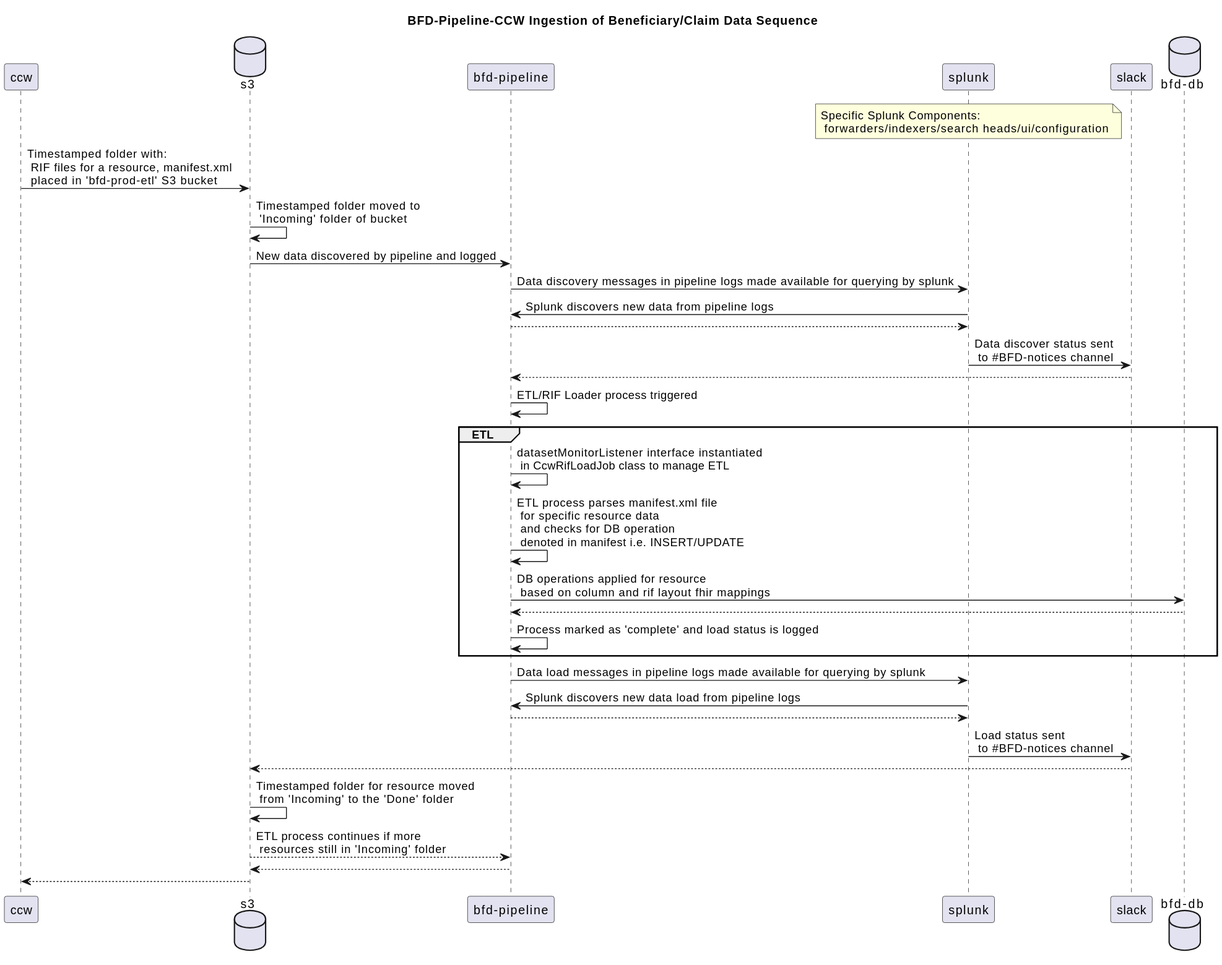
Before: docs/assets/fhir-resource-ingestion-digestion-diagrams/bfd-pipeline-ccw-ingestion.svg, a diagram exported from PlantUML (CMSgov/beneficiary-fhir-data).
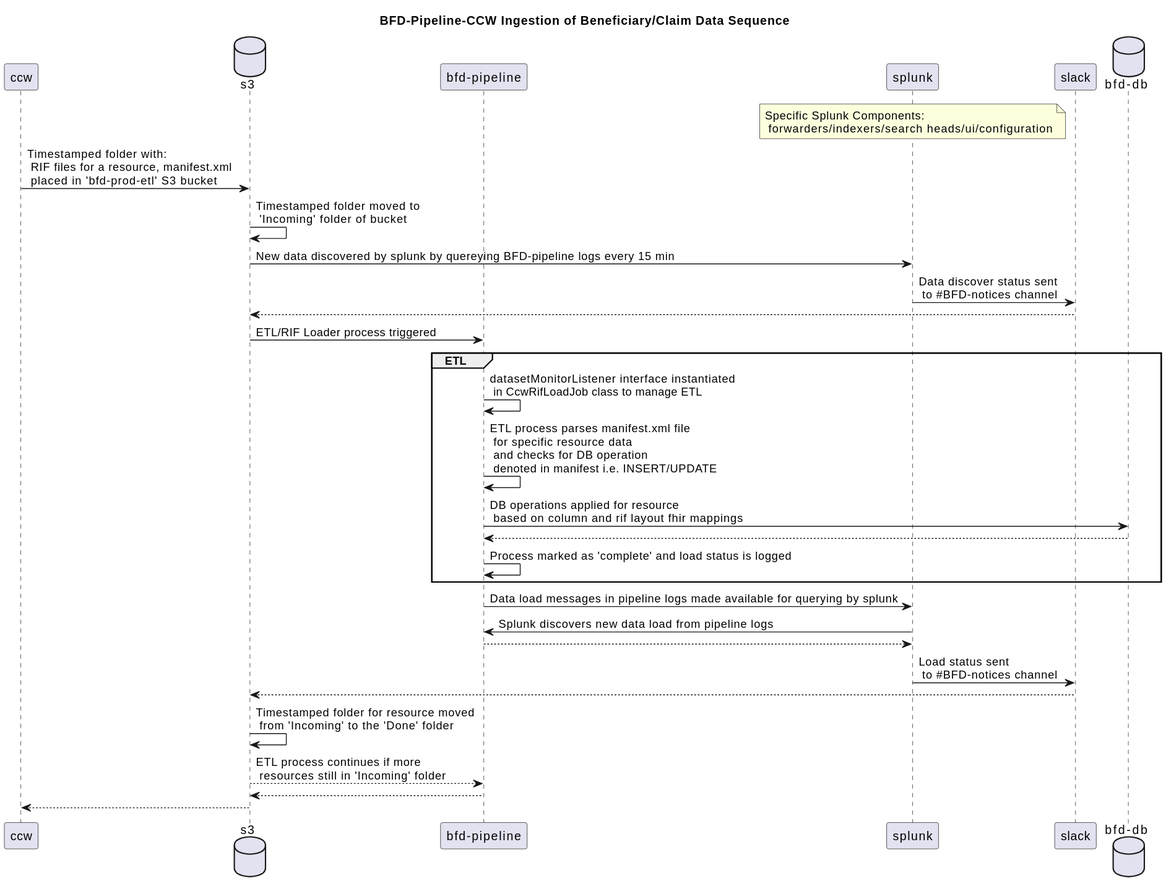
After the commit.

Commit message:
update rif diagram for simplicty

The edit, as a diff of the source:
```diff
@@ -9,13 +9,10 @@
 database "bfd-db"
 ccw -> s3: Timestamped folder with: \n RIF files for a resource, manifest.xml \n placed in 'bfd-prod-etl' S3 bucket
 s3 -> s3: Timestamped folder moved to \n 'Incoming' folder of bucket
-s3 -> "bfd-pipeline": New data discovered by pipeline and logged
-"bfd-pipeline" -> splunk: Data discovery messages in pipeline logs made available for querying by splunk
-splunk -> "bfd-pipeline": Splunk discovers new data from pipeline logs
-"bfd-pipeline" --> splunk
+s3 -> splunk: New data discovered by splunk by quereying BFD-pipeline logs every 15 min
 splunk -> slack: Data discover status sent \n to #BFD-notices channel
-slack --> "bfd-pipeline"
-"bfd-pipeline" -> "bfd-pipeline": ETL/RIF Loader process triggered
+slack --> s3
+s3 -> "bfd-pipeline": ETL/RIF Loader process triggered
 group ETL
 "bfd-pipeline" -> "bfd-pipeline": datasetMonitorListener interface instantiated \n in CcwRifLoadJob class to manage ETL
 "bfd-pipeline" -> "bfd-pipeline": ETL process parses manifest.xml file \n for specific resource data \n and checks for DB operation \n denoted  in manifest i.e. INSERT/UPDATE
```
